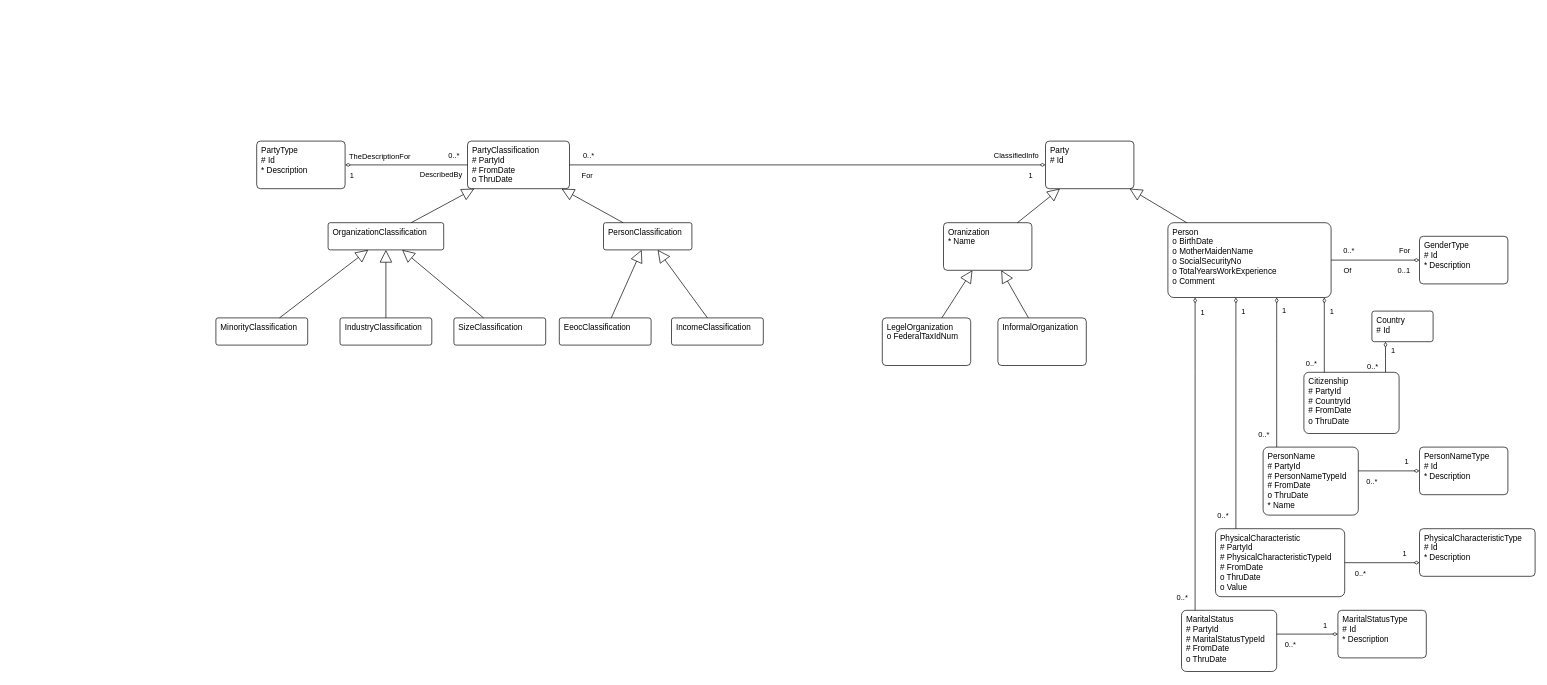
This is docs/draw/Parties.drawio from chavp/DataModeling, a draw.io file, before an edit. Source tidied: cells renumbered, new cells numbered last; positions are measured from the earlier drawing's top-left corner, leaving out a move shared by most shapes. Both pictures are drawn from the tidied source at 68%, with x=0, y=0 at pixel (216, 141).
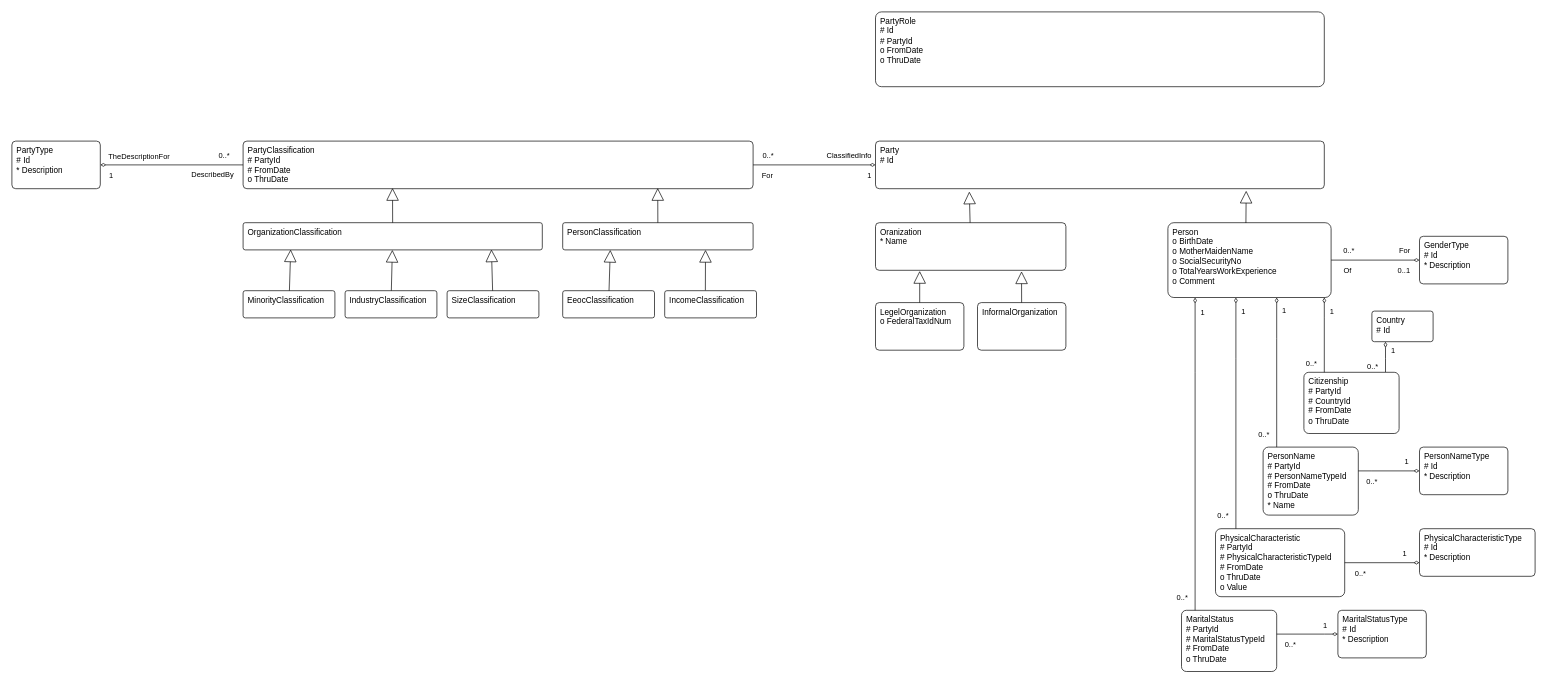
The same page after the edit.

Unchanged cells that the change refers to:
```xml
<mxCell id="10" value="&lt;div&gt;&lt;span style=&quot;background-color: transparent; color: light-dark(rgb(0, 0, 0), rgb(255, 255, 255));&quot;&gt;Person&lt;/span&gt;&lt;/div&gt;&lt;div&gt;&lt;div&gt;o BirthDate&lt;/div&gt;&lt;/div&gt;&lt;div&gt;o MotherMaidenName&lt;/div&gt;&lt;div&gt;o SocialSecurityNo&lt;/div&gt;&lt;div&gt;o TotalYearsWorkExperience&lt;/div&gt;&lt;div&gt;o Comment&lt;/div&gt;&lt;div&gt;&lt;span style=&quot;background-color: transparent; color: light-dark(rgb(0, 0, 0), rgb(255, 255, 255));&quot;&gt;&lt;br&gt;&lt;/span&gt;&lt;/div&gt;" style="rounded=1;whiteSpace=wrap;html=1;verticalAlign=top;align=left;spacingTop=0;spacingLeft=5;arcSize=8;" parent="1" vertex="1">
  <mxGeometry x="1400" y="120" width="240" height="110" as="geometry" />
</mxCell>
<mxCell id="19" style="edgeStyle=orthogonalEdgeStyle;rounded=0;jettySize=auto;html=1;startArrow=none;startFill=0;endArrow=diamondThin;endFill=0;" parent="1" edge="1" source="17" target="2">
  <mxGeometry relative="1" as="geometry" />
</mxCell>
```

Change to the diagram source:
```diff
@@
     <mxCell id="2" value="&lt;div&gt;&lt;span style=&quot;background-color: transparent; color: light-dark(rgb(0, 0, 0), rgb(255, 255, 255));&quot;&gt;Party&lt;/span&gt;&lt;/div&gt;&lt;div&gt;&lt;div&gt;# Id&lt;/div&gt;&lt;/div&gt;&lt;div&gt;&lt;span style=&quot;background-color: transparent; color: light-dark(rgb(0, 0, 0), rgb(255, 255, 255));&quot;&gt;&lt;br&gt;&lt;/span&gt;&lt;/div&gt;" style="rounded=1;whiteSpace=wrap;html=1;verticalAlign=top;align=left;spacingTop=0;spacingLeft=5;arcSize=8;" parent="1" vertex="1">
-      <mxGeometry x="1220" width="130" height="70" as="geometry" />
+      <mxGeometry x="970" width="660" height="70" as="geometry" />
     </mxCell>
     <mxCell id="3" value="&lt;div&gt;&lt;span style=&quot;background-color: transparent; color: light-dark(rgb(0, 0, 0), rgb(255, 255, 255));&quot;&gt;Oranization&lt;/span&gt;&lt;/div&gt;&lt;div&gt;&lt;div&gt;* Name&lt;/div&gt;&lt;/div&gt;&lt;div&gt;&lt;span style=&quot;background-color: transparent; color: light-dark(rgb(0, 0, 0), rgb(255, 255, 255));&quot;&gt;&lt;br&gt;&lt;/span&gt;&lt;/div&gt;" style="rounded=1;whiteSpace=wrap;html=1;verticalAlign=top;align=left;spacingTop=0;spacingLeft=5;arcSize=8;" parent="1" vertex="1">
-      <mxGeometry x="1070" y="120" width="130" height="70" as="geometry" />
+      <mxGeometry x="970" y="120" width="280" height="70" as="geometry" />
     </mxCell>
-    <mxCell id="4" style="endArrow=block;endSize=16;endFill=0;html=1;rounded=0;" parent="1" edge="1" source="3" target="2">
+    <mxCell id="4" style="endArrow=block;endSize=16;endFill=0;html=1;rounded=0;entryX=0.209;entryY=1.06;entryDx=0;entryDy=0;entryPerimeter=0;" parent="1" edge="1" source="3" target="2">
       <mxGeometry relative="1" as="geometry" />
     </mxCell>
@@
-    <mxCell id="11" style="endArrow=block;endSize=16;endFill=0;html=1;rounded=0;" parent="1" edge="1" source="10" target="2">
+    <mxCell id="11" style="endArrow=block;endSize=16;endFill=0;html=1;rounded=0;entryX=0.826;entryY=1.043;entryDx=0;entryDy=0;entryPerimeter=0;exitX=0.478;exitY=0.004;exitDx=0;exitDy=0;exitPerimeter=0;" parent="1" edge="1" source="10" target="2">
       <mxGeometry relative="1" as="geometry" />
     </mxCell>
@@
     <mxCell id="13" value="&lt;div&gt;&lt;span style=&quot;background-color: transparent; color: light-dark(rgb(0, 0, 0), rgb(255, 255, 255));&quot;&gt;LegelOrganization&lt;/span&gt;&lt;/div&gt;&lt;div&gt;&lt;div&gt;o FederalTaxIdNum&lt;/div&gt;&lt;/div&gt;" style="rounded=1;whiteSpace=wrap;html=1;verticalAlign=top;align=left;spacingTop=0;spacingLeft=5;arcSize=8;" parent="1" vertex="1">
-      <mxGeometry x="980" y="260" width="130" height="70" as="geometry" />
+      <mxGeometry x="970" y="237.5" width="130" height="70" as="geometry" />
     </mxCell>
     <mxCell id="14" value="&lt;div&gt;&lt;span style=&quot;background-color: transparent; color: light-dark(rgb(0, 0, 0), rgb(255, 255, 255));&quot;&gt;InformalOrganization&lt;/span&gt;&lt;/div&gt;&lt;div&gt;&lt;br&gt;&lt;/div&gt;" style="rounded=1;whiteSpace=wrap;html=1;verticalAlign=top;align=left;spacingTop=0;spacingLeft=5;arcSize=8;" parent="1" vertex="1">
-      <mxGeometry x="1150" y="260" width="130" height="70" as="geometry" />
+      <mxGeometry x="1120" y="237.5" width="130" height="70" as="geometry" />
     </mxCell>
-    <mxCell id="15" style="endArrow=block;endSize=16;endFill=0;html=1;rounded=0;" parent="1" edge="1" source="13" target="3">
-      <mxGeometry relative="1" as="geometry" />
+    <mxCell id="15" style="endArrow=block;endSize=16;endFill=0;html=1;rounded=0;" parent="1" edge="1" source="13">
+      <mxGeometry relative="1" as="geometry">
+        <mxPoint x="1035" y="191" as="targetPoint" />
+      </mxGeometry>
     </mxCell>
-    <mxCell id="16" style="endArrow=block;endSize=16;endFill=0;html=1;rounded=0;" parent="1" edge="1" source="14" target="3">
+    <mxCell id="16" style="endArrow=block;endSize=16;endFill=0;html=1;rounded=0;entryX=0.767;entryY=1.022;entryDx=0;entryDy=0;entryPerimeter=0;" parent="1" edge="1" source="14" target="3">
       <mxGeometry relative="1" as="geometry" />
     </mxCell>
     <mxCell id="17" value="&lt;div&gt;&lt;span style=&quot;background-color: transparent; color: light-dark(rgb(0, 0, 0), rgb(255, 255, 255));&quot;&gt;PartyClassification&lt;/span&gt;&lt;/div&gt;&lt;div&gt;&lt;div&gt;# PartyId&lt;/div&gt;&lt;div&gt;# FromDate&lt;/div&gt;&lt;/div&gt;&lt;div&gt;o ThruDate&lt;/div&gt;&lt;div&gt;&lt;span style=&quot;background-color: transparent; color: light-dark(rgb(0, 0, 0), rgb(255, 255, 255));&quot;&gt;&lt;br&gt;&lt;/span&gt;&lt;/div&gt;" style="rounded=1;whiteSpace=wrap;html=1;verticalAlign=top;align=left;spacingTop=0;spacingLeft=5;arcSize=8;" parent="1" vertex="1">
-      <mxGeometry x="370" width="150" height="70" as="geometry" />
+      <mxGeometry x="40" width="750" height="70" as="geometry" />
     </mxCell>
     <mxCell id="18" value="&lt;div&gt;&lt;span style=&quot;background-color: transparent; color: light-dark(rgb(0, 0, 0), rgb(255, 255, 255));&quot;&gt;PartyType&lt;/span&gt;&lt;/div&gt;&lt;div&gt;&lt;div&gt;# Id&lt;/div&gt;&lt;/div&gt;&lt;div&gt;* Description&lt;/div&gt;&lt;div&gt;&lt;span style=&quot;background-color: transparent; color: light-dark(rgb(0, 0, 0), rgb(255, 255, 255));&quot;&gt;&lt;br&gt;&lt;/span&gt;&lt;/div&gt;" style="rounded=1;whiteSpace=wrap;html=1;verticalAlign=top;align=left;spacingTop=0;spacingLeft=5;arcSize=8;" parent="1" vertex="1">
-      <mxGeometry x="60" width="130" height="70" as="geometry" />
+      <mxGeometry x="-300" width="130" height="70" as="geometry" />
     </mxCell>
@@
     <mxCell id="20" value="0..*" style="edgeLabel;html=1;align=center;verticalAlign=middle;" parent="19" vertex="1">
       <mxGeometry x="-0.46" relative="1" as="geometry">
-        <mxPoint x="-162" y="-15" as="offset" />
+        <mxPoint x="-28" y="-15" as="offset" />
       </mxGeometry>
     </mxCell>
     <mxCell id="21" value="1" style="edgeLabel;html=1;align=center;verticalAlign=middle;" parent="19" vertex="1">
       <mxGeometry x="0.63" relative="1" as="geometry">
-        <mxPoint x="106" y="15" as="offset" />
+        <mxPoint x="23" y="15" as="offset" />
       </mxGeometry>
     </mxCell>
     <mxCell id="22" value="For" style="edgeLabel;html=1;align=center;verticalAlign=middle;rotation=0;" parent="19" vertex="1">
       <mxGeometry x="-0.64" y="-1" relative="1" as="geometry">
-        <mxPoint x="-101" y="14" as="offset" />
+        <mxPoint x="-12" y="14" as="offset" />
       </mxGeometry>
     </mxCell>
     <mxCell id="23" value="ClassifiedInfo" style="edgeLabel;html=1;align=center;verticalAlign=middle;" parent="19" vertex="1">
       <mxGeometry x="0.65" y="1" relative="1" as="geometry">
-        <mxPoint x="78" y="-14" as="offset" />
+        <mxPoint x="-9" y="-14" as="offset" />
       </mxGeometry>
     </mxCell>
@@
     <mxCell id="29" value="&lt;div&gt;&lt;span style=&quot;background-color: transparent; color: light-dark(rgb(0, 0, 0), rgb(255, 255, 255));&quot;&gt;OrganizationClassification&lt;/span&gt;&lt;/div&gt;" style="rounded=1;whiteSpace=wrap;html=1;verticalAlign=top;align=left;spacingTop=0;spacingLeft=5;arcSize=8;" parent="1" vertex="1">
-      <mxGeometry x="165" y="120" width="170" height="40" as="geometry" />
+      <mxGeometry x="40" y="120" width="440" height="40" as="geometry" />
     </mxCell>
     <mxCell id="30" value="&lt;div&gt;&lt;span style=&quot;background-color: transparent; color: light-dark(rgb(0, 0, 0), rgb(255, 255, 255));&quot;&gt;PersonClassification&lt;/span&gt;&lt;/div&gt;" style="rounded=1;whiteSpace=wrap;html=1;verticalAlign=top;align=left;spacingTop=0;spacingLeft=5;arcSize=8;" parent="1" vertex="1">
-      <mxGeometry x="570" y="120" width="130" height="40" as="geometry" />
+      <mxGeometry x="510" y="120" width="280" height="40" as="geometry" />
     </mxCell>
     <mxCell id="31" value="&lt;div&gt;&lt;span style=&quot;background-color: transparent; color: light-dark(rgb(0, 0, 0), rgb(255, 255, 255));&quot;&gt;MinorityClassification&lt;/span&gt;&lt;/div&gt;" style="rounded=1;whiteSpace=wrap;html=1;verticalAlign=top;align=left;spacingTop=0;spacingLeft=5;arcSize=8;" parent="1" vertex="1">
-      <mxGeometry y="260" width="135" height="40" as="geometry" />
+      <mxGeometry x="40" y="220" width="135" height="40" as="geometry" />
     </mxCell>
     <mxCell id="32" value="&lt;div&gt;&lt;span style=&quot;background-color: transparent; color: light-dark(rgb(0, 0, 0), rgb(255, 255, 255));&quot;&gt;IndustryClassification&lt;/span&gt;&lt;/div&gt;" style="rounded=1;whiteSpace=wrap;html=1;verticalAlign=top;align=left;spacingTop=0;spacingLeft=5;arcSize=8;" parent="1" vertex="1">
-      <mxGeometry x="182.5" y="260" width="135" height="40" as="geometry" />
+      <mxGeometry x="190" y="220" width="135" height="40" as="geometry" />
     </mxCell>
     <mxCell id="33" value="&lt;div&gt;&lt;span style=&quot;background-color: transparent; color: light-dark(rgb(0, 0, 0), rgb(255, 255, 255));&quot;&gt;SizeClassification&lt;/span&gt;&lt;/div&gt;" style="rounded=1;whiteSpace=wrap;html=1;verticalAlign=top;align=left;spacingTop=0;spacingLeft=5;arcSize=8;" parent="1" vertex="1">
-      <mxGeometry x="350" y="260" width="135" height="40" as="geometry" />
+      <mxGeometry x="340" y="220" width="135" height="40" as="geometry" />
     </mxCell>
     <mxCell id="34" value="&lt;div&gt;&lt;span style=&quot;background-color: transparent; color: light-dark(rgb(0, 0, 0), rgb(255, 255, 255));&quot;&gt;EeocClassification&lt;/span&gt;&lt;/div&gt;" style="rounded=1;whiteSpace=wrap;html=1;verticalAlign=top;align=left;spacingTop=0;spacingLeft=5;arcSize=8;" parent="1" vertex="1">
-      <mxGeometry x="505" y="260" width="135" height="40" as="geometry" />
+      <mxGeometry x="510" y="220" width="135" height="40" as="geometry" />
     </mxCell>
     <mxCell id="35" value="&lt;div&gt;&lt;span style=&quot;background-color: transparent; color: light-dark(rgb(0, 0, 0), rgb(255, 255, 255));&quot;&gt;IncomeClassification&lt;/span&gt;&lt;/div&gt;" style="rounded=1;whiteSpace=wrap;html=1;verticalAlign=top;align=left;spacingTop=0;spacingLeft=5;arcSize=8;" parent="1" vertex="1">
-      <mxGeometry x="670" y="260" width="135" height="40" as="geometry" />
+      <mxGeometry x="660" y="220" width="135" height="40" as="geometry" />
     </mxCell>
-    <mxCell id="36" style="endArrow=block;endSize=16;endFill=0;html=1;rounded=0;" parent="1" edge="1" source="29" target="17">
+    <mxCell id="36" style="endArrow=block;endSize=16;endFill=0;html=1;rounded=0;entryX=0.293;entryY=0.986;entryDx=0;entryDy=0;entryPerimeter=0;" parent="1" edge="1" source="29" target="17">
       <mxGeometry relative="1" as="geometry" />
     </mxCell>
-    <mxCell id="37" style="endArrow=block;endSize=16;endFill=0;html=1;rounded=0;" parent="1" edge="1" source="30" target="17">
+    <mxCell id="37" style="endArrow=block;endSize=16;endFill=0;html=1;rounded=0;entryX=0.813;entryY=0.986;entryDx=0;entryDy=0;entryPerimeter=0;" parent="1" edge="1" source="30" target="17">
       <mxGeometry relative="1" as="geometry" />
     </mxCell>
-    <mxCell id="38" style="endArrow=block;endSize=16;endFill=0;html=1;rounded=0;" parent="1" edge="1" source="31" target="29">
+    <mxCell id="38" style="endArrow=block;endSize=16;endFill=0;html=1;rounded=0;entryX=0.159;entryY=0.983;entryDx=0;entryDy=0;entryPerimeter=0;" parent="1" edge="1" source="31" target="29">
       <mxGeometry relative="1" as="geometry" />
     </mxCell>
@@
-    <mxCell id="40" style="endArrow=block;endSize=16;endFill=0;html=1;rounded=0;" parent="1" edge="1" source="33" target="29">
+    <mxCell id="40" style="endArrow=block;endSize=16;endFill=0;html=1;rounded=0;entryX=0.83;entryY=0.983;entryDx=0;entryDy=0;entryPerimeter=0;" parent="1" edge="1" source="33" target="29">
       <mxGeometry relative="1" as="geometry" />
     </mxCell>
-    <mxCell id="41" style="endArrow=block;endSize=16;endFill=0;html=1;rounded=0;" parent="1" edge="1" source="34" target="30">
+    <mxCell id="41" style="endArrow=block;endSize=16;endFill=0;html=1;rounded=0;entryX=0.25;entryY=1;entryDx=0;entryDy=0;" parent="1" edge="1" source="34" target="30">
       <mxGeometry relative="1" as="geometry" />
     </mxCell>
-    <mxCell id="42" style="endArrow=block;endSize=16;endFill=0;html=1;rounded=0;" parent="1" edge="1" source="35" target="30">
+    <mxCell id="42" style="endArrow=block;endSize=16;endFill=0;html=1;rounded=0;entryX=0.75;entryY=1;entryDx=0;entryDy=0;exitX=0.443;exitY=-0.014;exitDx=0;exitDy=0;exitPerimeter=0;" parent="1" edge="1" source="35" target="30">
       <mxGeometry relative="1" as="geometry" />
     </mxCell>
@@
+    <mxCell id="75" value="&lt;div&gt;&lt;span style=&quot;background-color: transparent; color: light-dark(rgb(0, 0, 0), rgb(255, 255, 255));&quot;&gt;PartyRole&lt;/span&gt;&lt;/div&gt;&lt;div&gt;&lt;span style=&quot;background-color: transparent; color: light-dark(rgb(0, 0, 0), rgb(255, 255, 255));&quot;&gt;# Id&lt;/span&gt;&lt;/div&gt;&lt;div&gt;&lt;span style=&quot;background-color: transparent; color: light-dark(rgb(0, 0, 0), rgb(255, 255, 255));&quot;&gt;# PartyId&lt;/span&gt;&lt;/div&gt;&lt;div&gt;&lt;div&gt;o&amp;nbsp;&lt;span style=&quot;background-color: transparent; color: light-dark(rgb(0, 0, 0), rgb(255, 255, 255));&quot;&gt;FromDate&lt;/span&gt;&lt;/div&gt;&lt;/div&gt;&lt;div&gt;o&amp;nbsp;&lt;span style=&quot;background-color: transparent; color: light-dark(rgb(0, 0, 0), rgb(255, 255, 255));&quot;&gt;ThruDate&lt;/span&gt;&lt;/div&gt;&lt;div&gt;&lt;span style=&quot;background-color: transparent; color: light-dark(rgb(0, 0, 0), rgb(255, 255, 255));&quot;&gt;&lt;br&gt;&lt;/span&gt;&lt;/div&gt;" style="rounded=1;whiteSpace=wrap;html=1;verticalAlign=top;align=left;spacingTop=0;spacingLeft=5;arcSize=8;" parent="1" vertex="1">
+      <mxGeometry x="970" y="-190" width="660" height="110" as="geometry" />
+    </mxCell>
```
